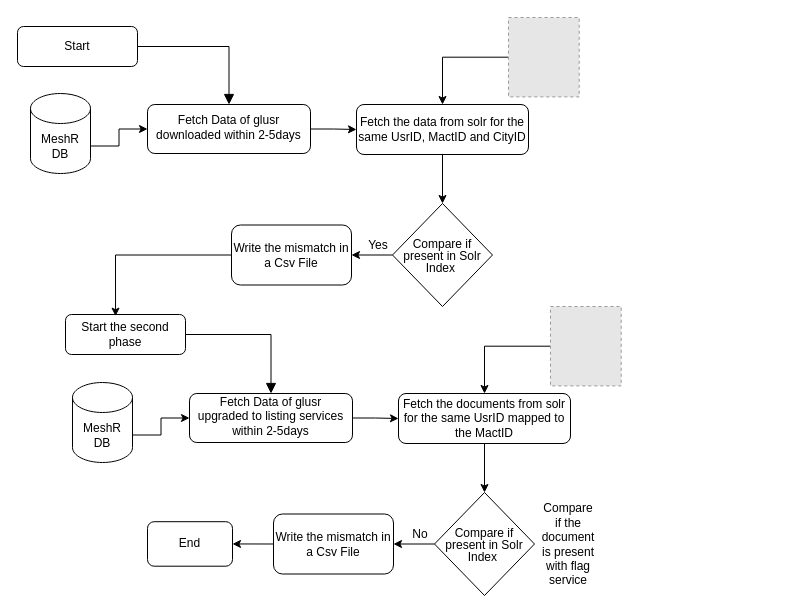
M-Somtirth/Somtirtha-portfolio keeps this draw.io diagram as Untitled Diagram.drawio. Above is the earlier version. Source tidied: cells renumbered, new cells numbered last; positions are measured from the earlier drawing's top-left corner, leaving out a move shared by most shapes. Both pictures are drawn from the tidied source at 100%, with x=0, y=0 at pixel (17, 17). Pictures stored in the file or linked from it are replaced by grey dashed boxes.
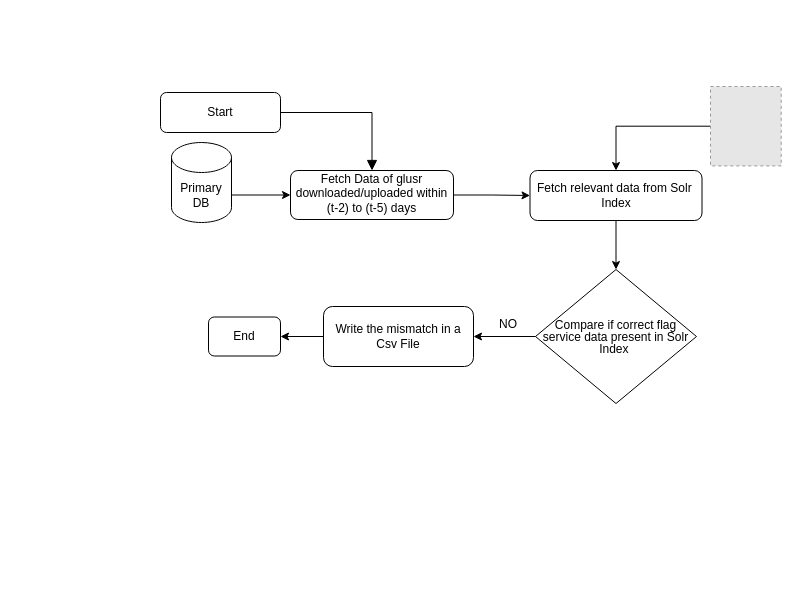
Above is the later version.

What changed in the source:
```diff
@@
     <mxCell id="3" value="Start" style="rounded=1;whiteSpace=wrap;html=1;fontSize=12;glass=0;strokeWidth=1;shadow=0;" parent="1" vertex="1">
-      <mxGeometry y="9" width="120" height="40" as="geometry" />
+      <mxGeometry x="143" y="75" width="120" height="40" as="geometry" />
     </mxCell>
@@
-    <mxCell id="5" value="Fetch Data of glusr downloaded within 2-5days" style="rounded=1;whiteSpace=wrap;html=1;shadow=0;fontFamily=Helvetica;fontSize=12;align=center;strokeWidth=1;spacing=6;spacingTop=-4;" parent="1" vertex="1">
-      <mxGeometry x="130" y="87" width="163" height="49" as="geometry" />
+    <mxCell id="5" value="Fetch Data of glusr downloaded/uploaded within (t-2) to (t-5) days" style="rounded=1;whiteSpace=wrap;html=1;shadow=0;fontFamily=Helvetica;fontSize=12;align=center;strokeWidth=1;spacing=6;spacingTop=-4;" parent="1" vertex="1">
+      <mxGeometry x="273" y="153" width="163" height="49" as="geometry" />
     </mxCell>
@@
-    <mxCell id="7" value="MeshR&lt;br&gt;DB" style="shape=cylinder3;whiteSpace=wrap;html=1;boundedLbl=1;backgroundOutline=1;size=15;" parent="1" vertex="1">
-      <mxGeometry x="13" y="76" width="60" height="80" as="geometry" />
+    <mxCell id="7" value="Primary&lt;div&gt;DB&lt;/div&gt;" style="shape=cylinder3;whiteSpace=wrap;html=1;boundedLbl=1;backgroundOutline=1;size=15;" parent="1" vertex="1">
+      <mxGeometry x="154" y="125" width="60" height="80" as="geometry" />
     </mxCell>
@@
-    <mxCell id="9" value="Fetch the data from solr for the same UsrID, MactID and CityID" style="rounded=1;whiteSpace=wrap;html=1;" parent="1" vertex="1">
-      <mxGeometry x="339" y="87" width="172" height="50" as="geometry" />
+    <mxCell id="9" value="Fetch relevant data from Solr&amp;nbsp; Index" style="rounded=1;whiteSpace=wrap;html=1;" parent="1" vertex="1">
+      <mxGeometry x="512.5" y="153" width="172" height="50" as="geometry" />
     </mxCell>
@@
     <mxCell id="11" style="fillColor=#E6E6E6;strokeColor=#999999;dashed=1;verticalLabelPosition=bottom;labelBackgroundColor=default;verticalAlign=top;" parent="1" vertex="1">
-      <mxGeometry x="491" width="70.7" height="79.4" as="geometry" />
+      <mxGeometry x="693" y="69" width="70.7" height="79.4" as="geometry" />
     </mxCell>
@@
-    <mxCell id="13" value="&lt;p style=&quot;line-height: 100%;&quot;&gt;&lt;font face=&quot;Helvetica&quot; style=&quot;font-size: 12px;&quot;&gt;Compare if present in Solr Index&amp;nbsp;&lt;/font&gt;&lt;/p&gt;" style="rhombus;whiteSpace=wrap;html=1;align=center;" parent="1" vertex="1">
-      <mxGeometry x="375" y="186" width="100" height="103" as="geometry" />
+    <mxCell id="13" value="&lt;p style=&quot;line-height: 100%;&quot;&gt;&lt;font face=&quot;Helvetica&quot; style=&quot;font-size: 12px;&quot;&gt;Compare if correct flag service data present in Solr Index&amp;nbsp;&lt;/font&gt;&lt;/p&gt;" style="rhombus;whiteSpace=wrap;html=1;align=center;" parent="1" vertex="1">
+      <mxGeometry x="518" y="252" width="161" height="134" as="geometry" />
     </mxCell>
+    <mxCell id="34" style="edgeStyle=orthogonalEdgeStyle;rounded=0;jettySize=auto;html=1;exitX=0;exitY=0.5;exitDx=0;exitDy=0;entryX=1;entryY=0.5;entryDx=0;entryDy=0;" parent="1" edge="1" source="14" target="33">
+      <mxGeometry relative="1" as="geometry" />
+    </mxCell>
     <mxCell id="14" value="Write the mismatch in a Csv File" style="rounded=1;whiteSpace=wrap;html=1;" parent="1" vertex="1">
-      <mxGeometry x="214" y="207.5" width="120" height="60" as="geometry" />
+      <mxGeometry x="306" y="289" width="150" height="60" as="geometry" />
     </mxCell>
-    <mxCell id="15" value="Yes" style="text;html=1;align=center;verticalAlign=middle;whiteSpace=wrap;rounded=0;" parent="1" vertex="1">
-      <mxGeometry x="331" y="213" width="60" height="30" as="geometry" />
+    <mxCell id="15" value="NO" style="text;html=1;align=center;verticalAlign=middle;whiteSpace=wrap;rounded=0;" parent="1" vertex="1">
+      <mxGeometry x="461" y="292" width="60" height="30" as="geometry" />
     </mxCell>
-    <mxCell id="16" style="rounded=0;html=1;jettySize=auto;fontSize=11;endArrow=block;endFill=1;endSize=8;strokeWidth=1;shadow=0;labelBackgroundColor=none;edgeStyle=orthogonalEdgeStyle;" parent="1" edge="1" source="17" target="19">
-      <mxGeometry relative="1" as="geometry" />
-    </mxCell>
-    <mxCell id="17" value="Start the second phase" style="rounded=1;whiteSpace=wrap;html=1;fontSize=12;glass=0;strokeWidth=1;shadow=0;" parent="1" vertex="1">
-      <mxGeometry x="48" y="297" width="120" height="40" as="geometry" />
-    </mxCell>
-    <mxCell id="18" style="edgeStyle=orthogonalEdgeStyle;rounded=0;jettySize=auto;html=1;exitX=1;exitY=0.5;exitDx=0;exitDy=0;entryX=0;entryY=0.5;entryDx=0;entryDy=0;" parent="1" edge="1" source="19" target="23">
-      <mxGeometry relative="1" as="geometry" />
-    </mxCell>
-    <mxCell id="19" value="Fetch Data of glusr upgraded to listing services within 2-5days" style="rounded=1;whiteSpace=wrap;html=1;shadow=0;fontFamily=Helvetica;fontSize=12;align=center;strokeWidth=1;spacing=6;spacingTop=-4;" parent="1" vertex="1">
-      <mxGeometry x="172" y="376" width="163" height="49" as="geometry" />
-    </mxCell>
-    <mxCell id="20" style="edgeStyle=orthogonalEdgeStyle;rounded=0;jettySize=auto;html=1;exitX=1;exitY=0;exitDx=0;exitDy=52.5;exitPerimeter=0;entryX=0;entryY=0.5;entryDx=0;entryDy=0;" parent="1" edge="1" source="21" target="19">
-      <mxGeometry relative="1" as="geometry" />
-    </mxCell>
-    <mxCell id="21" value="MeshR&lt;br&gt;DB" style="shape=cylinder3;whiteSpace=wrap;html=1;boundedLbl=1;backgroundOutline=1;size=15;" parent="1" vertex="1">
-      <mxGeometry x="55" y="365" width="60" height="80" as="geometry" />
-    </mxCell>
-    <mxCell id="22" style="edgeStyle=orthogonalEdgeStyle;rounded=0;jettySize=auto;html=1;exitX=0.5;exitY=1;exitDx=0;exitDy=0;" parent="1" edge="1" source="23" target="27">
-      <mxGeometry relative="1" as="geometry" />
-    </mxCell>
-    <mxCell id="23" value="Fetch the documents from solr for the same UsrID mapped to the MactID" style="rounded=1;whiteSpace=wrap;html=1;" parent="1" vertex="1">
-      <mxGeometry x="381" y="376" width="172" height="50" as="geometry" />
-    </mxCell>
-    <mxCell id="24" style="edgeStyle=orthogonalEdgeStyle;rounded=0;jettySize=auto;html=1;entryX=0.5;entryY=0;entryDx=0;entryDy=0;exitX=0;exitY=0.5;exitDx=0;exitDy=0;" parent="1" edge="1" source="25" target="23">
-      <mxGeometry relative="1" as="geometry" />
-    </mxCell>
-    <mxCell id="25" style="fillColor=#E6E6E6;strokeColor=#999999;dashed=1;verticalLabelPosition=bottom;labelBackgroundColor=default;verticalAlign=top;" parent="1" vertex="1">
-      <mxGeometry x="533" y="289" width="70.7" height="79.4" as="geometry" />
-    </mxCell>
-    <mxCell id="26" style="edgeStyle=orthogonalEdgeStyle;rounded=0;jettySize=auto;html=1;exitX=0;exitY=0.5;exitDx=0;exitDy=0;entryX=1;entryY=0.5;entryDx=0;entryDy=0;" parent="1" edge="1" source="27" target="29">
-      <mxGeometry relative="1" as="geometry" />
-    </mxCell>
-    <mxCell id="27" value="&lt;p style=&quot;line-height: 100%;&quot;&gt;&lt;font face=&quot;Helvetica&quot; style=&quot;font-size: 12px;&quot;&gt;Compare if present in Solr Index&amp;nbsp;&lt;/font&gt;&lt;/p&gt;" style="rhombus;whiteSpace=wrap;html=1;align=center;" parent="1" vertex="1">
-      <mxGeometry x="417" y="475" width="100" height="103" as="geometry" />
-    </mxCell>
-    <mxCell id="28" style="edgeStyle=orthogonalEdgeStyle;rounded=0;jettySize=auto;html=1;exitX=0;exitY=0.5;exitDx=0;exitDy=0;entryX=1;entryY=0.5;entryDx=0;entryDy=0;" parent="1" edge="1" source="29" target="33">
-      <mxGeometry relative="1" as="geometry" />
-    </mxCell>
-    <mxCell id="29" value="Write the mismatch in a Csv File" style="rounded=1;whiteSpace=wrap;html=1;" parent="1" vertex="1">
-      <mxGeometry x="256" y="496.5" width="120" height="60" as="geometry" />
-    </mxCell>
-    <mxCell id="30" value="No" style="text;html=1;align=center;verticalAlign=middle;whiteSpace=wrap;rounded=0;" parent="1" vertex="1">
-      <mxGeometry x="373" y="502" width="60" height="30" as="geometry" />
-    </mxCell>
-    <mxCell id="31" value="Compare if the document is present with flag service" style="text;html=1;align=center;verticalAlign=middle;whiteSpace=wrap;rounded=0;" parent="1" vertex="1">
-      <mxGeometry x="521" y="511.5" width="60" height="30" as="geometry" />
-    </mxCell>
-    <mxCell id="32" style="edgeStyle=orthogonalEdgeStyle;rounded=0;jettySize=auto;html=1;exitX=0;exitY=0.5;exitDx=0;exitDy=0;entryX=0.417;entryY=0.042;entryDx=0;entryDy=0;entryPerimeter=0;" parent="1" edge="1" source="14" target="17">
-      <mxGeometry relative="1" as="geometry" />
-    </mxCell>
     <mxCell id="33" value="End" style="rounded=1;whiteSpace=wrap;html=1;" parent="1" vertex="1">
-      <mxGeometry x="130" y="504.2" width="85" height="44.5" as="geometry" />
+      <mxGeometry x="191" y="299.5" width="72" height="39" as="geometry" />
     </mxCell>
+    <mxCell id="35" style="edgeStyle=orthogonalEdgeStyle;rounded=0;orthogonalLoop=1;jettySize=auto;html=1;exitX=0.5;exitY=1;exitDx=0;exitDy=0;" parent="1" edge="1" source="33" target="33">
+      <mxGeometry relative="1" as="geometry" />
+    </mxCell>
```
